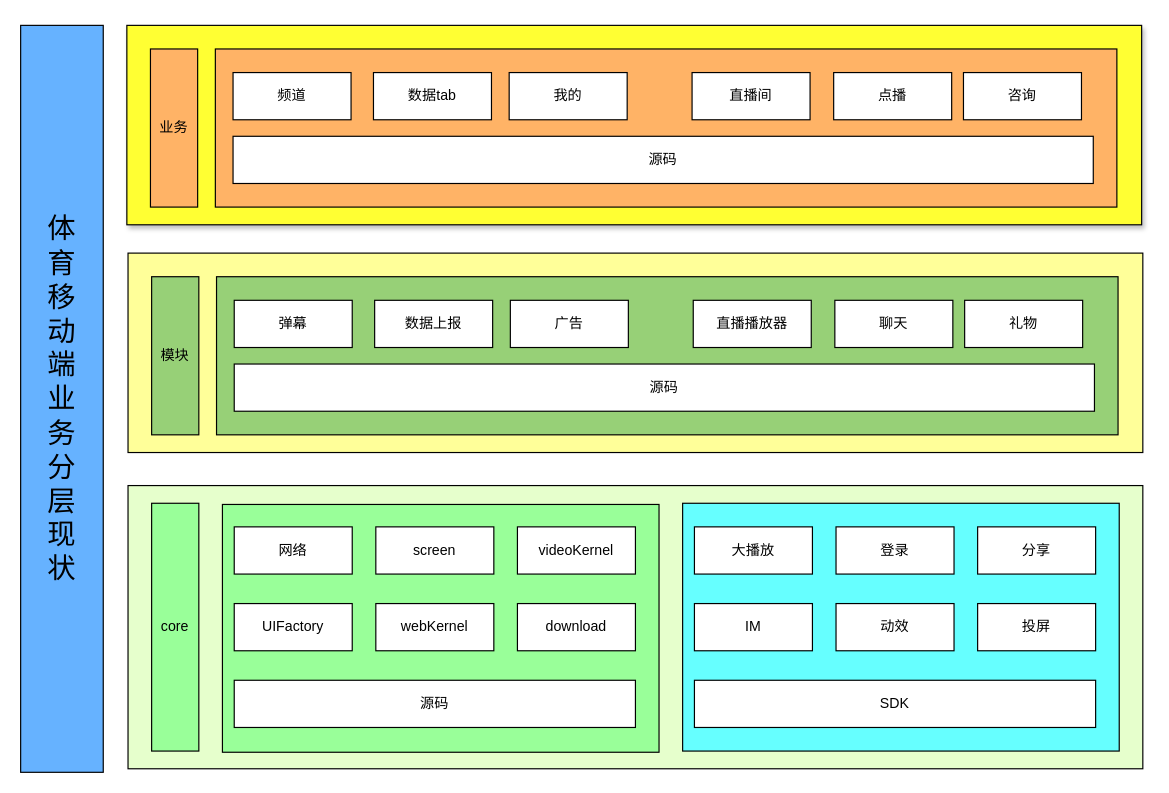
Before: 未命名绘图.drawio in wanjj8023/app3, a draw.io diagram. Source tidied: cells renumbered, new cells numbered last; positions are measured from the earlier drawing's top-left corner, leaving out a move shared by most shapes. Both pictures are drawn from the tidied source at 118%, with x=0, y=0 at pixel (20, 25).
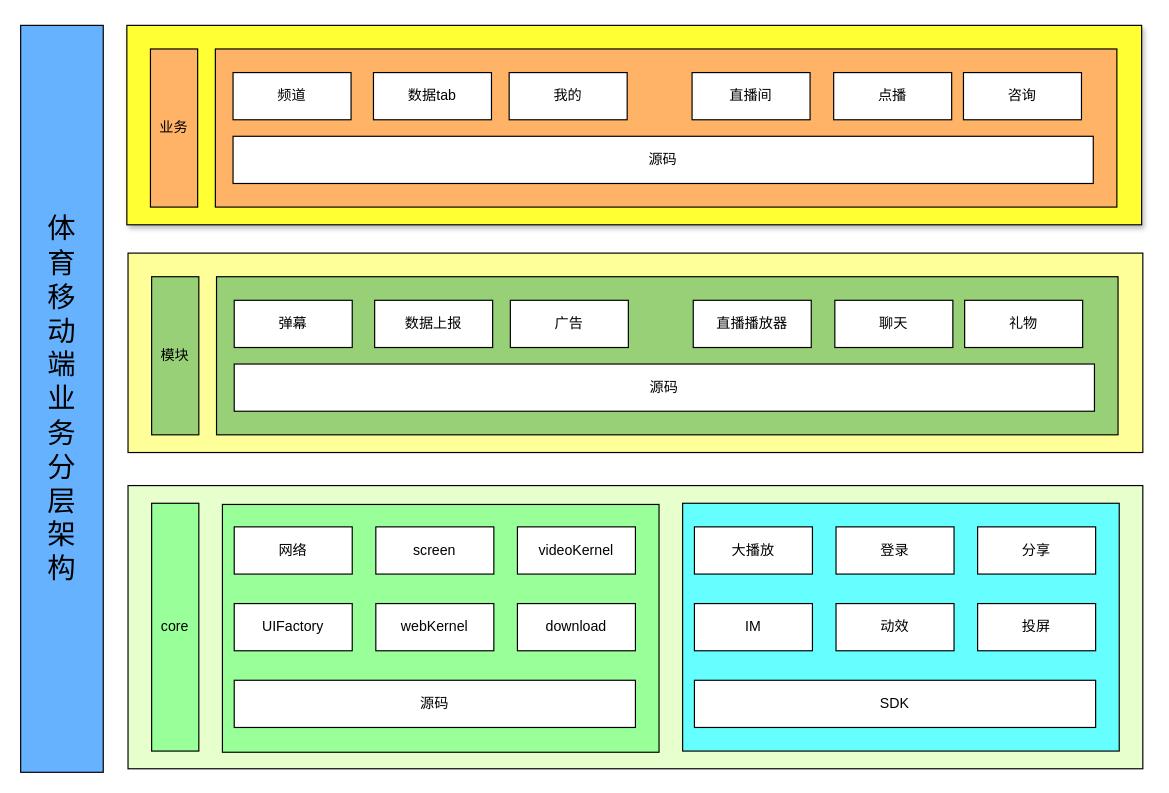
Above is the later version.

Commit message:
体育新架构.drawio

The edit, as a diff of the source:
```diff
@@
-    <mxCell id="44" value="&lt;br&gt;&lt;div&gt;&lt;font style=&quot;font-size: 24px;&quot;&gt;体&lt;/font&gt;&lt;/div&gt;&lt;div&gt;&lt;font style=&quot;font-size: 24px;&quot;&gt;育&lt;/font&gt;&lt;/div&gt;&lt;div&gt;&lt;font style=&quot;font-size: 24px;&quot;&gt;移&lt;/font&gt;&lt;/div&gt;&lt;div&gt;&lt;font style=&quot;font-size: 24px;&quot;&gt;动&lt;/font&gt;&lt;/div&gt;&lt;div&gt;&lt;font style=&quot;font-size: 24px;&quot;&gt;端&lt;/font&gt;&lt;/div&gt;&lt;div&gt;&lt;font style=&quot;font-size: 24px;&quot;&gt;业&lt;/font&gt;&lt;/div&gt;&lt;div&gt;&lt;font style=&quot;font-size: 24px;&quot;&gt;务&lt;/font&gt;&lt;/div&gt;&lt;div&gt;&lt;font style=&quot;font-size: 24px;&quot;&gt;分&lt;/font&gt;&lt;/div&gt;&lt;div&gt;&lt;font style=&quot;font-size: 24px;&quot;&gt;层&lt;/font&gt;&lt;/div&gt;&lt;div&gt;&lt;font style=&quot;font-size: 24px;&quot;&gt;现&lt;/font&gt;&lt;/div&gt;&lt;div&gt;&lt;font style=&quot;font-size: 24px;&quot;&gt;状&lt;br&gt;&lt;/font&gt;&lt;div&gt;&lt;br&gt;&lt;/div&gt;&lt;/div&gt;" style="html=1;whiteSpace=wrap;fillColor=#66B2FF;" parent="1" vertex="1">
+    <mxCell id="44" value="&lt;br&gt;&lt;div&gt;&lt;font style=&quot;font-size: 24px;&quot;&gt;体&lt;/font&gt;&lt;/div&gt;&lt;div&gt;&lt;font style=&quot;font-size: 24px;&quot;&gt;育&lt;/font&gt;&lt;/div&gt;&lt;div&gt;&lt;font style=&quot;font-size: 24px;&quot;&gt;移&lt;/font&gt;&lt;/div&gt;&lt;div&gt;&lt;font style=&quot;font-size: 24px;&quot;&gt;动&lt;/font&gt;&lt;/div&gt;&lt;div&gt;&lt;font style=&quot;font-size: 24px;&quot;&gt;端&lt;/font&gt;&lt;/div&gt;&lt;div&gt;&lt;font style=&quot;font-size: 24px;&quot;&gt;业&lt;/font&gt;&lt;/div&gt;&lt;div&gt;&lt;font style=&quot;font-size: 24px;&quot;&gt;务&lt;/font&gt;&lt;/div&gt;&lt;div&gt;&lt;font style=&quot;font-size: 24px;&quot;&gt;分&lt;/font&gt;&lt;/div&gt;&lt;div&gt;&lt;font style=&quot;font-size: 24px;&quot;&gt;层&lt;/font&gt;&lt;/div&gt;&lt;div&gt;&lt;font size=&quot;5&quot;&gt;架&lt;/font&gt;&lt;/div&gt;&lt;div&gt;&lt;font size=&quot;5&quot;&gt;构&lt;/font&gt;&lt;/div&gt;&lt;div&gt;&lt;div&gt;&lt;br&gt;&lt;/div&gt;&lt;/div&gt;" style="html=1;whiteSpace=wrap;fillColor=#66B2FF;" parent="1" vertex="1">
       <mxGeometry width="70" height="633" as="geometry" />
     </mxCell>
```
